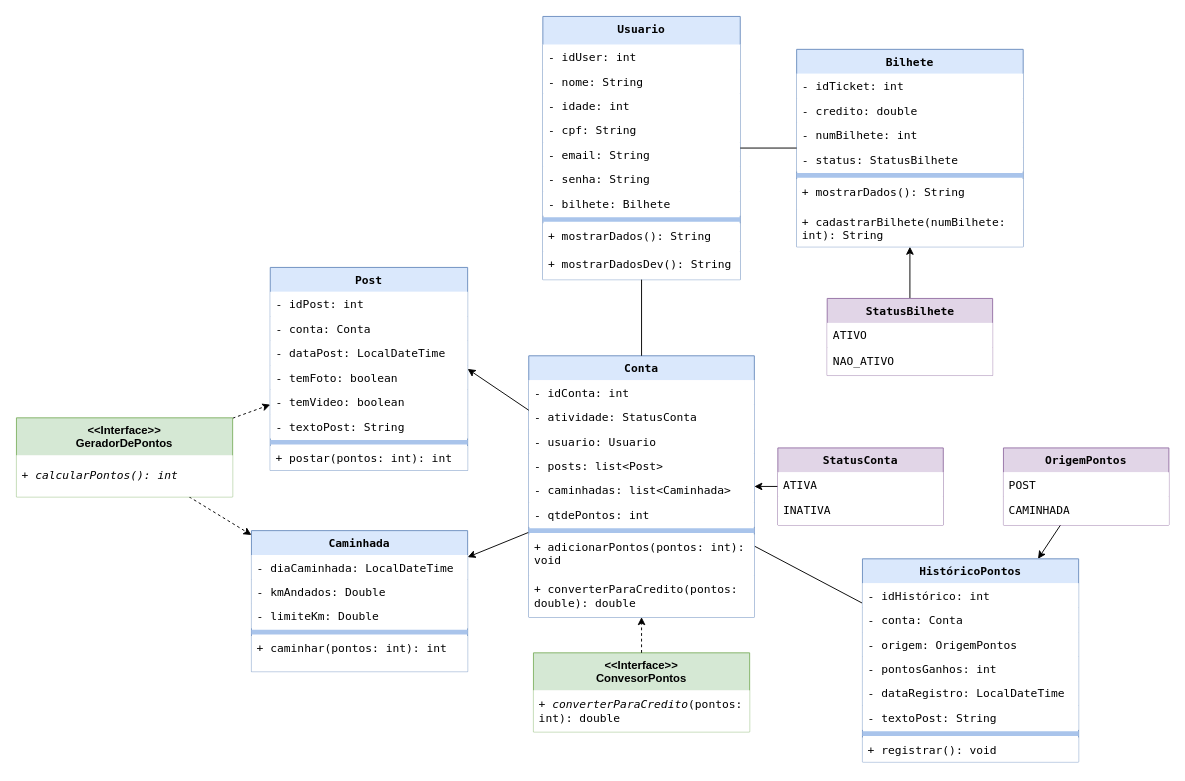
Above: soulpass_project/java_soulpass_diagram.drawio in SoulPass-1TDSPJ/java_soulpass (draw.io), before the change. Source tidied: cells renumbered, new cells numbered last; positions are measured from the earlier drawing's top-left corner, leaving out a move shared by most shapes. Both pictures are drawn from the tidied source at 94%, with x=0, y=0 at pixel (16, 16).
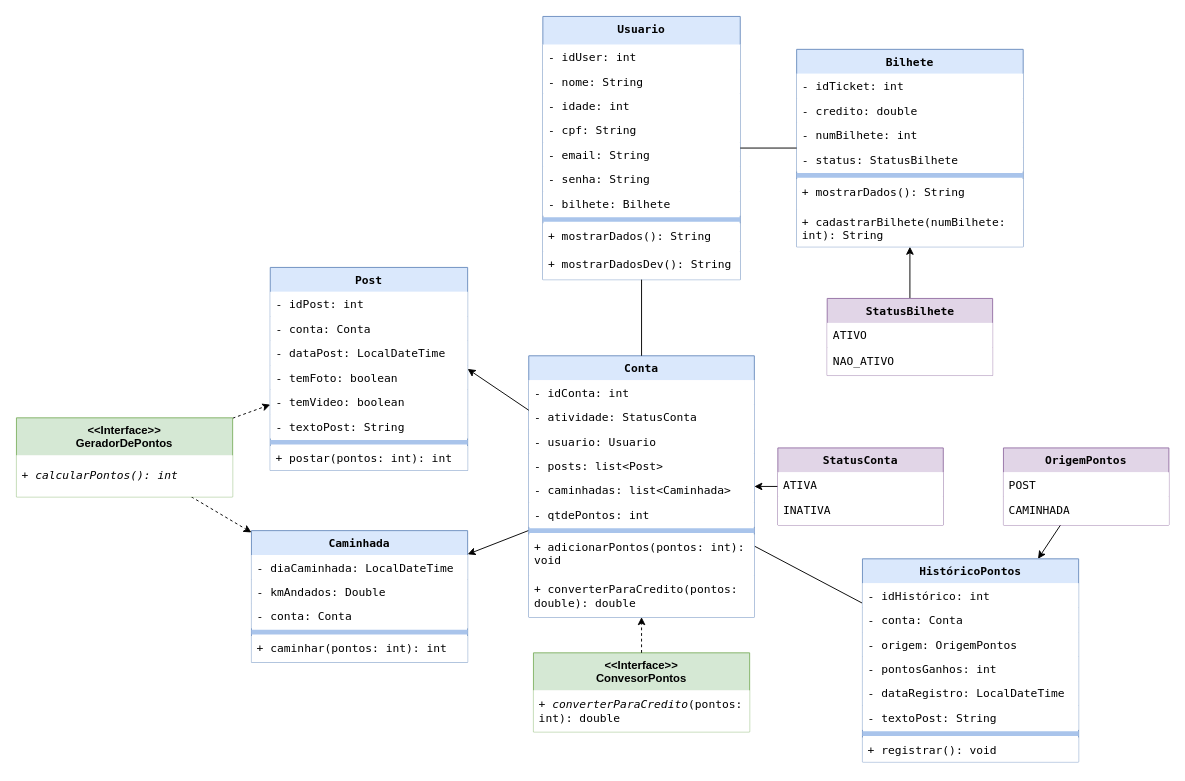
After the change.

Diff of the diagram source:
```diff
@@
     <mxCell id="51" value="Caminhada" style="swimlane;fontStyle=1;align=center;verticalAlign=top;horizontal=1;startSize=26;whiteSpace=wrap;html=1;fillColor=#dae8fc;strokeColor=#6c8ebf;shadow=0;swimlaneLine=0;rounded=0;fontColor=#000000;fontFamily=Lucida Console;" parent="1" vertex="1">
-      <mxGeometry x="250" y="547" width="230" height="150" as="geometry" />
+      <mxGeometry x="250" y="547" width="230" height="140" as="geometry" />
     </mxCell>
@@
-    <mxCell id="54" value="- limiteKm: Double" style="text;align=left;verticalAlign=top;spacingLeft=4;spacingRight=4;overflow=hidden;whiteSpace=wrap;html=1;glass=0;fillColor=#FFFFFF;fontColor=#000000;strokeColor=none;fontFamily=Lucida Console;" parent="51" vertex="1">
-      <mxGeometry y="78" width="230" height="26" as="geometry" />
-    </mxCell>
+    <mxCell id="79" value="- conta: Conta" style="text;align=left;verticalAlign=top;spacingLeft=4;spacingRight=4;overflow=hidden;whiteSpace=wrap;html=1;glass=0;fillColor=#FFFFFF;fontColor=#000000;strokeColor=none;fontFamily=Lucida Console;" parent="51" vertex="1">
+      <mxGeometry y="78" width="230" height="26" as="geometry" />
+    </mxCell>
@@
     <mxCell id="56" value="+ caminhar(pontos: int): int" style="text;strokeColor=none;fillColor=#FFFFFF;align=left;verticalAlign=top;spacingLeft=4;spacingRight=4;overflow=hidden;whiteSpace=wrap;html=1;fontColor=#000000;fontFamily=Lucida Console;" parent="51" vertex="1">
-      <mxGeometry y="112" width="230" height="38" as="geometry" />
+      <mxGeometry y="112" width="230" height="28" as="geometry" />
     </mxCell>
```
